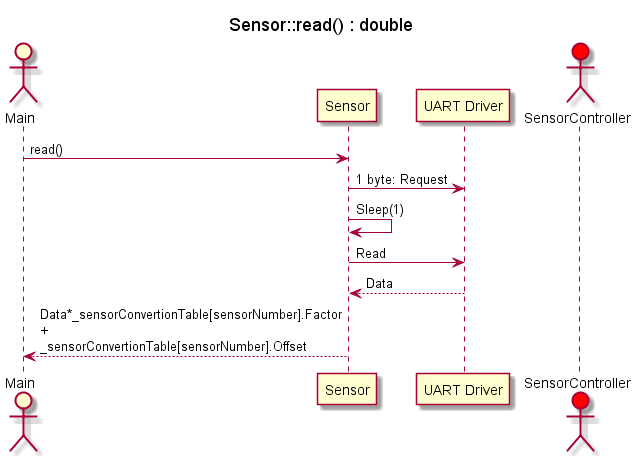
Above: Design/SE/SensorController Driver/SD_read/SD_SensorControllerRead.png in Solvgraa-mager/E4PRJ4 (PlantUML), before the change.
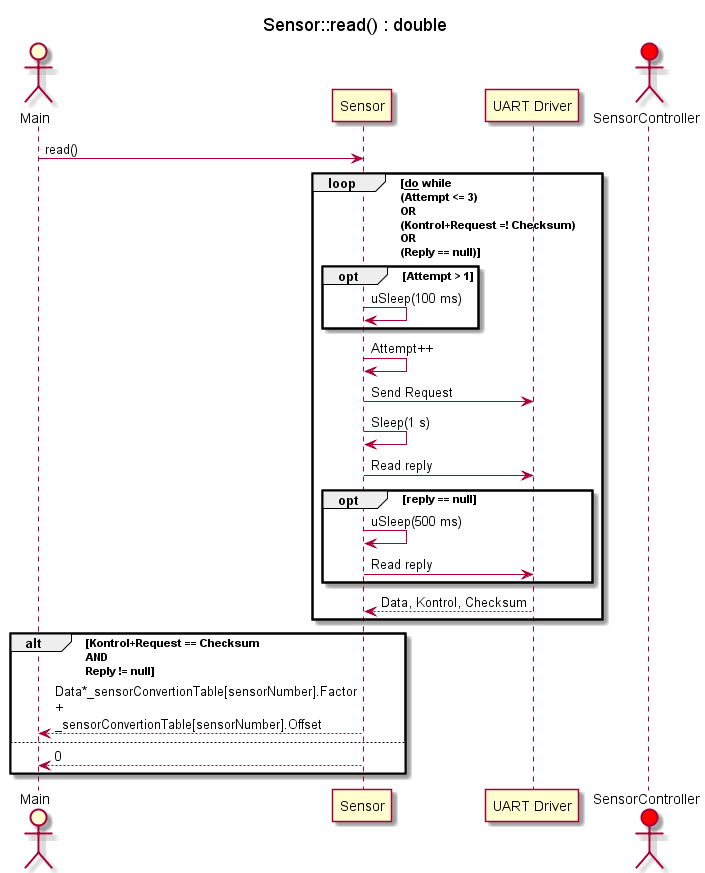
Above is the later version.

Change to the diagram source:
```diff
@@ -1,4 +1,4 @@
-@startuml
+@startuml SD_SensorControllerRead
 
 title Sensor::read() : double
 
@@ -10,11 +10,26 @@
 actor SensorController as SC #red
 
 Main -> SD : read()
-SD -> UART : 1 byte: Request
-SD -> SD : Sleep(1)
-SD -> UART : Read
-UART --> SD : Data
+loop <u>do</u> while \n(Attempt <= 3) \nOR \n(Kontrol+Request =! Checksum) \nOR \n(Reply == null)
+    opt Attempt > 1
+        SD -> SD : uSleep(100 ms)
+    end opt
+    SD -> SD : Attempt++
+    SD -> UART : Send Request
+    SD -> SD : Sleep(1 s)
+    SD -> UART : Read reply
+    opt reply == null
+        SD -> SD : uSleep(500 ms)
+        SD -> UART : Read reply
+    end opt
+    UART --> SD : Data, Kontrol, Checksum
+end loop
+
+alt Kontrol+Request == Checksum \nAND \nReply != null
 SD --> Main : Data*_sensorConvertionTable[sensorNumber].Factor + _sensorConvertionTable[sensorNumber].Offset
+else
+SD --> Main : 0
+end alt
 
 
 @enduml
```
